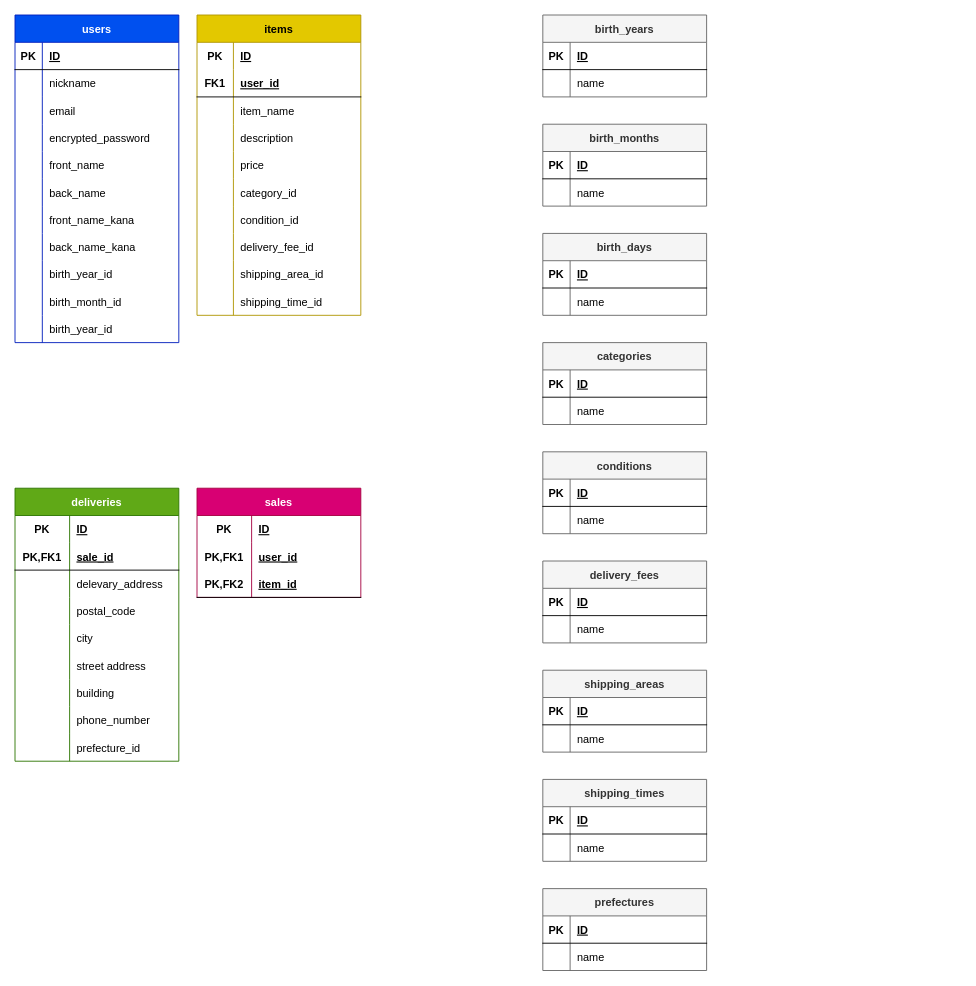
Earlier version of the draw.io diagram furima.dio (OtsukiMana-2003tech/furima-40808). Source tidied: cells renumbered, new cells numbered last; positions are measured from the earlier drawing's top-left corner, leaving out a move shared by most shapes. Both pictures are drawn from the tidied source at 91%, with x=0, y=0 at pixel (15, 15).
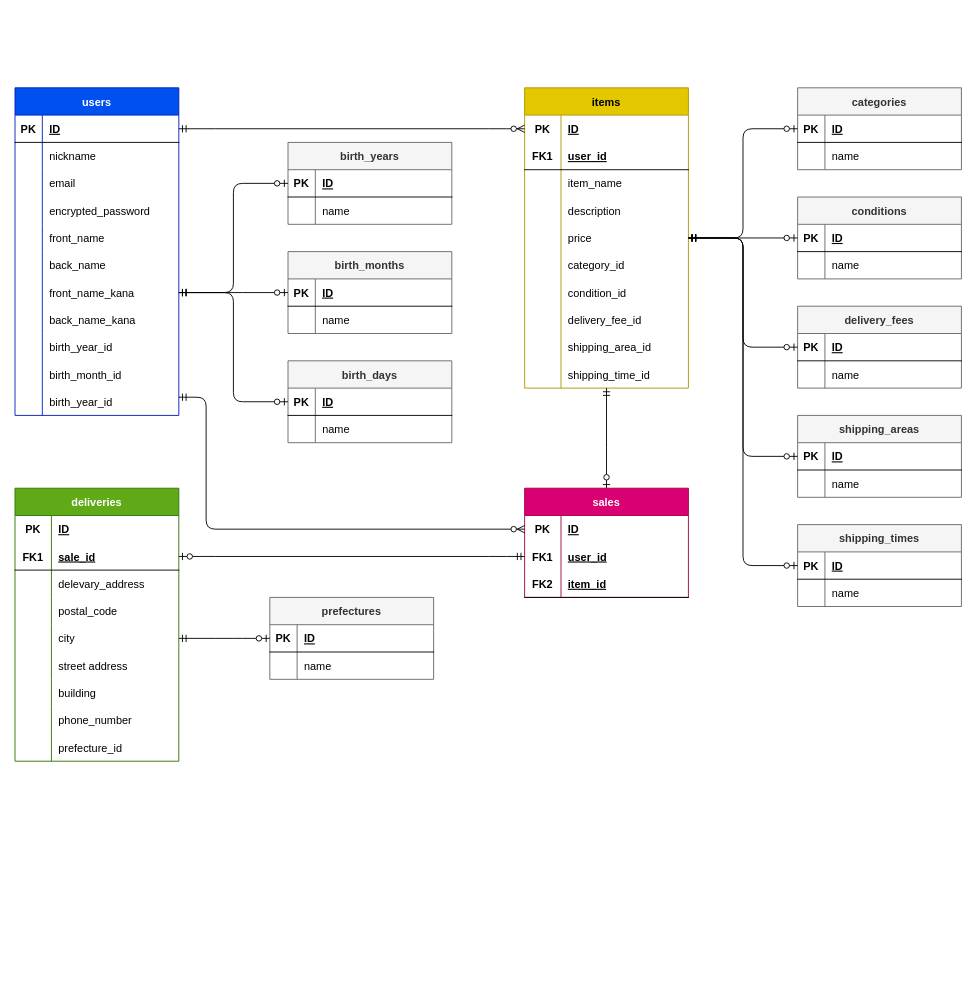
Above is the later version.

Commit message (it also covers changes not shown here):
Modifying the database design_20240603

The change refers to these unchanged cells:
```xml
<mxCell id="3" style="shape=tableRow;horizontal=0;startSize=0;swimlaneHead=0;swimlaneBody=0;fillColor=none;points=[[0,0.5],[1,0.5]];portConstraint=eastwest;top=0;left=0;right=0;bottom=1;" parent="2" vertex="1">
  <mxGeometry y="30" width="180" height="30" as="geometry" />
</mxCell>
<mxCell id="21" style="shape=tableRow;horizontal=0;startSize=0;swimlaneHead=0;swimlaneBody=0;fillColor=none;points=[[0,0.5],[1,0.5]];portConstraint=eastwest;top=0;left=0;right=0;bottom=0;" parent="2" vertex="1">
  <mxGeometry y="210" width="180" height="30" as="geometry" />
</mxCell>
<mxCell id="37" style="shape=tableRow;horizontal=0;startSize=0;swimlaneHead=0;swimlaneBody=0;fillColor=none;points=[[0,0.5],[1,0.5]];portConstraint=eastwest;top=0;left=0;right=0;bottom=0;" parent="36" vertex="1">
  <mxGeometry y="30" width="180" height="30" as="geometry" />
</mxCell>
<mxCell id="49" style="shape=tableRow;horizontal=0;startSize=0;swimlaneHead=0;swimlaneBody=0;fillColor=none;points=[[0,0.5],[1,0.5]];portConstraint=eastwest;top=0;left=0;right=0;bottom=0;" parent="36" vertex="1">
  <mxGeometry y="150" width="180" height="30" as="geometry" />
</mxCell>
<mxCell id="68" style="shape=tableRow;horizontal=0;startSize=0;swimlaneHead=0;swimlaneBody=0;fillColor=none;points=[[0,0.5],[1,0.5]];portConstraint=eastwest;top=0;left=0;right=0;bottom=0;" parent="67" vertex="1">
  <mxGeometry y="30" width="180" height="30" as="geometry" />
</mxCell>
<mxCell id="71" style="shape=tableRow;horizontal=0;startSize=0;swimlaneHead=0;swimlaneBody=0;fillColor=none;points=[[0,0.5],[1,0.5]];portConstraint=eastwest;top=0;left=0;right=0;bottom=0;" parent="67" vertex="1">
  <mxGeometry y="60" width="180" height="30" as="geometry" />
</mxCell>
<mxCell id="78" style="shape=tableRow;horizontal=0;startSize=0;swimlaneHead=0;swimlaneBody=0;fillColor=none;top=0;left=0;right=0;bottom=0;" parent="77" vertex="1">
  <mxGeometry y="30" width="180" height="30" as="geometry" />
</mxCell>
<mxCell id="81" style="shape=tableRow;horizontal=0;startSize=0;swimlaneHead=0;swimlaneBody=0;fillColor=none;points=[[0,0.5],[1,0.5]];portConstraint=eastwest;top=0;left=0;right=0;bottom=1;" parent="77" vertex="1">
  <mxGeometry y="60" width="180" height="30" as="geometry" />
</mxCell>
<mxCell id="84" style="shape=tableRow;horizontal=0;startSize=0;swimlaneHead=0;swimlaneBody=0;fillColor=none;top=0;left=0;right=0;bottom=0;" parent="77" vertex="1">
  <mxGeometry y="90" width="180" height="30" as="geometry" />
</mxCell>
<mxCell id="87" style="shape=tableRow;horizontal=0;startSize=0;swimlaneHead=0;swimlaneBody=0;fillColor=none;top=0;left=0;right=0;bottom=0;" parent="77" vertex="1">
  <mxGeometry y="120" width="180" height="30" as="geometry" />
</mxCell>
<mxCell id="90" style="shape=tableRow;horizontal=0;startSize=0;swimlaneHead=0;swimlaneBody=0;fillColor=none;points=[[0,0.5],[1,0.5]];portConstraint=eastwest;top=0;left=0;right=0;bottom=0;" parent="77" vertex="1">
  <mxGeometry y="150" width="180" height="30" as="geometry" />
</mxCell>
<mxCell id="93" style="shape=tableRow;horizontal=0;startSize=0;swimlaneHead=0;swimlaneBody=0;fillColor=none;top=0;left=0;right=0;bottom=0;" parent="77" vertex="1">
  <mxGeometry y="180" width="180" height="30" as="geometry" />
</mxCell>
<mxCell id="96" style="shape=tableRow;horizontal=0;startSize=0;swimlaneHead=0;swimlaneBody=0;fillColor=none;top=0;left=0;right=0;bottom=0;" parent="77" vertex="1">
  <mxGeometry y="210" width="180" height="30" as="geometry" />
</mxCell>
<mxCell id="99" style="shape=tableRow;horizontal=0;startSize=0;swimlaneHead=0;swimlaneBody=0;fillColor=none;top=0;left=0;right=0;bottom=0;" parent="77" vertex="1">
  <mxGeometry y="240" width="180" height="30" as="geometry" />
</mxCell>
<mxCell id="102" style="shape=tableRow;horizontal=0;startSize=0;swimlaneHead=0;swimlaneBody=0;fillColor=none;top=0;left=0;right=0;bottom=0;" parent="77" vertex="1">
  <mxGeometry y="270" width="180" height="30" as="geometry" />
</mxCell>
<mxCell id="106" style="shape=tableRow;horizontal=0;startSize=0;swimlaneHead=0;swimlaneBody=0;fillColor=none;points=[[0,0.5],[1,0.5]];portConstraint=eastwest;top=0;left=0;right=0;bottom=1;" parent="105" vertex="1">
  <mxGeometry y="30" width="180" height="30" as="geometry" />
</mxCell>
<mxCell id="113" style="shape=tableRow;horizontal=0;startSize=0;swimlaneHead=0;swimlaneBody=0;fillColor=none;points=[[0,0.5],[1,0.5]];portConstraint=eastwest;top=0;left=0;right=0;bottom=1;" parent="112" vertex="1">
  <mxGeometry y="30" width="180" height="30" as="geometry" />
</mxCell>
<mxCell id="120" style="shape=tableRow;horizontal=0;startSize=0;swimlaneHead=0;swimlaneBody=0;fillColor=none;points=[[0,0.5],[1,0.5]];portConstraint=eastwest;top=0;left=0;right=0;bottom=1;" parent="119" vertex="1">
  <mxGeometry y="30" width="180" height="30" as="geometry" />
</mxCell>
<mxCell id="127" style="shape=tableRow;horizontal=0;startSize=0;swimlaneHead=0;swimlaneBody=0;fillColor=none;points=[[0,0.5],[1,0.5]];portConstraint=eastwest;top=0;left=0;right=0;bottom=1;" parent="126" vertex="1">
  <mxGeometry y="30" width="180" height="30" as="geometry" />
</mxCell>
<mxCell id="134" style="shape=tableRow;horizontal=0;startSize=0;swimlaneHead=0;swimlaneBody=0;fillColor=none;points=[[0,0.5],[1,0.5]];portConstraint=eastwest;top=0;left=0;right=0;bottom=1;" parent="133" vertex="1">
  <mxGeometry y="30" width="180" height="30" as="geometry" />
</mxCell>
<mxCell id="141" style="shape=tableRow;horizontal=0;startSize=0;swimlaneHead=0;swimlaneBody=0;fillColor=none;points=[[0,0.5],[1,0.5]];portConstraint=eastwest;top=0;left=0;right=0;bottom=1;" parent="140" vertex="1">
  <mxGeometry y="30" width="180" height="30" as="geometry" />
</mxCell>
<mxCell id="148" style="shape=tableRow;horizontal=0;startSize=0;swimlaneHead=0;swimlaneBody=0;fillColor=none;points=[[0,0.5],[1,0.5]];portConstraint=eastwest;top=0;left=0;right=0;bottom=1;" parent="147" vertex="1">
  <mxGeometry y="30" width="180" height="30" as="geometry" />
</mxCell>
<mxCell id="155" style="shape=tableRow;horizontal=0;startSize=0;swimlaneHead=0;swimlaneBody=0;fillColor=none;points=[[0,0.5],[1,0.5]];portConstraint=eastwest;top=0;left=0;right=0;bottom=1;" parent="154" vertex="1">
  <mxGeometry y="30" width="180" height="30" as="geometry" />
</mxCell>
<mxCell id="162" style="shape=tableRow;horizontal=0;startSize=0;swimlaneHead=0;swimlaneBody=0;fillColor=none;points=[[0,0.5],[1,0.5]];portConstraint=eastwest;top=0;left=0;right=0;bottom=1;" parent="161" vertex="1">
  <mxGeometry y="30" width="180" height="30" as="geometry" />
</mxCell>
```

What changed in the source:
```diff
@@
     <mxCell id="2" value="users" style="shape=table;startSize=30;childLayout=tableLayout;rowLines=0;fontStyle=1;align=center;fillColor=#0050ef;fontColor=#ffffff;strokeColor=#001DBC;" parent="1" vertex="1">
-      <mxGeometry width="180" height="360" as="geometry" />
+      <mxGeometry y="80" width="180" height="360" as="geometry" />
     </mxCell>
@@
     <mxCell id="36" value="items" style="shape=table;startSize=30;childLayout=tableLayout;rowLines=0;fontStyle=1;align=center;fillColor=#e3c800;fontColor=#000000;strokeColor=#B09500;" parent="1" vertex="1">
-      <mxGeometry x="200" width="180" height="330" as="geometry" />
+      <mxGeometry x="560" y="80" width="180" height="330" as="geometry" />
     </mxCell>
@@
     <mxCell id="67" value="sales" style="shape=table;startSize=30;childLayout=tableLayout;rowLines=0;fontStyle=1;align=center;fillColor=#d80073;fontColor=#ffffff;strokeColor=#A50040;" parent="1" vertex="1">
-      <mxGeometry x="200" y="520" width="180" height="120" as="geometry" />
+      <mxGeometry x="560" y="520" width="180" height="120" as="geometry" />
     </mxCell>
@@
     <mxCell id="69" value="PK" style="shape=partialRectangle;fillColor=none;top=0;left=0;bottom=0;right=0;fontStyle=1;overflow=hidden;" parent="68" vertex="1">
-      <mxGeometry width="60" height="30" as="geometry" />
+      <mxGeometry width="40" height="30" as="geometry" />
     </mxCell>
     <mxCell id="70" value="ID" style="shape=partialRectangle;fillColor=none;top=0;left=0;bottom=0;right=0;align=left;spacingLeft=6;fontStyle=5;overflow=hidden;" parent="68" vertex="1">
-      <mxGeometry x="60" width="120" height="30" as="geometry" />
+      <mxGeometry x="40" width="140" height="30" as="geometry" />
     </mxCell>
@@
-    <mxCell id="72" value="PK,FK1" style="shape=partialRectangle;fillColor=none;top=0;left=0;bottom=0;right=0;fontStyle=1;overflow=hidden;" parent="71" vertex="1">
-      <mxGeometry width="60" height="30" as="geometry" />
+    <mxCell id="72" value="FK1" style="shape=partialRectangle;fillColor=none;top=0;left=0;bottom=0;right=0;fontStyle=1;overflow=hidden;" parent="71" vertex="1">
+      <mxGeometry width="40" height="30" as="geometry" />
     </mxCell>
     <mxCell id="73" value="user_id" style="shape=partialRectangle;fillColor=none;top=0;left=0;bottom=0;right=0;align=left;spacingLeft=6;fontStyle=5;overflow=hidden;" parent="71" vertex="1">
-      <mxGeometry x="60" width="120" height="30" as="geometry" />
+      <mxGeometry x="40" width="140" height="30" as="geometry" />
     </mxCell>
-    <mxCell id="74" style="shape=tableRow;horizontal=0;startSize=0;swimlaneHead=0;swimlaneBody=0;fillColor=none;top=0;left=0;right=0;bottom=1;" parent="67" vertex="1">
+    <mxCell id="74" style="shape=tableRow;horizontal=0;startSize=0;swimlaneHead=0;swimlaneBody=0;fillColor=none;top=0;left=0;right=0;bottom=1;swimlaneFillColor=none;" parent="67" vertex="1">
       <mxGeometry y="90" width="180" height="30" as="geometry" />
     </mxCell>
-    <mxCell id="75" value="PK,FK2" style="shape=partialRectangle;fillColor=none;top=0;left=0;bottom=0;right=0;fontStyle=1;overflow=hidden;" parent="74" vertex="1">
-      <mxGeometry width="60" height="30" as="geometry" />
+    <mxCell id="75" value="FK2" style="shape=partialRectangle;fillColor=none;top=0;left=0;bottom=0;right=0;fontStyle=1;overflow=hidden;" parent="74" vertex="1">
+      <mxGeometry width="40" height="30" as="geometry" />
     </mxCell>
     <mxCell id="76" value="item_id" style="shape=partialRectangle;fillColor=none;top=0;left=0;bottom=0;right=0;align=left;spacingLeft=6;fontStyle=5;overflow=hidden;" parent="74" vertex="1">
-      <mxGeometry x="60" width="120" height="30" as="geometry" />
+      <mxGeometry x="40" width="140" height="30" as="geometry" />
     </mxCell>
@@
     <mxCell id="79" value="PK" style="shape=partialRectangle;fillColor=none;top=0;left=0;bottom=0;right=0;fontStyle=1;overflow=hidden;" parent="78" vertex="1">
-      <mxGeometry width="60" height="30" as="geometry" />
+      <mxGeometry width="40" height="30" as="geometry" />
     </mxCell>
     <mxCell id="80" value="ID" style="shape=partialRectangle;fillColor=none;top=0;left=0;bottom=0;right=0;align=left;spacingLeft=6;fontStyle=5;overflow=hidden;" parent="78" vertex="1">
-      <mxGeometry x="60" width="120" height="30" as="geometry" />
+      <mxGeometry x="40" width="140" height="30" as="geometry" />
     </mxCell>
@@
-    <mxCell id="82" value="PK,FK1" style="shape=partialRectangle;fillColor=none;top=0;left=0;bottom=0;right=0;fontStyle=1;overflow=hidden;" parent="81" vertex="1">
-      <mxGeometry width="60" height="30" as="geometry" />
+    <mxCell id="82" value="FK1" style="shape=partialRectangle;fillColor=none;top=0;left=0;bottom=0;right=0;fontStyle=1;overflow=hidden;" parent="81" vertex="1">
+      <mxGeometry width="40" height="30" as="geometry" />
     </mxCell>
     <mxCell id="83" value="sale_id" style="shape=partialRectangle;fillColor=none;top=0;left=0;bottom=0;right=0;align=left;spacingLeft=6;fontStyle=5;overflow=hidden;" parent="81" vertex="1">
-      <mxGeometry x="60" width="120" height="30" as="geometry" />
+      <mxGeometry x="40" width="140" height="30" as="geometry" />
     </mxCell>
@@
     <mxCell id="85" style="shape=partialRectangle;fillColor=none;top=0;left=0;bottom=0;right=0;overflow=hidden;" parent="84" vertex="1">
-      <mxGeometry width="60" height="30" as="geometry" />
+      <mxGeometry width="40" height="30" as="geometry" />
     </mxCell>
     <mxCell id="86" value="delevary_address" style="shape=partialRectangle;fillColor=none;top=0;left=0;bottom=0;right=0;align=left;spacingLeft=6;overflow=hidden;" parent="84" vertex="1">
-      <mxGeometry x="60" width="120" height="30" as="geometry" />
+      <mxGeometry x="40" width="140" height="30" as="geometry" />
     </mxCell>
@@
     <mxCell id="88" style="shape=partialRectangle;fillColor=none;top=0;left=0;bottom=0;right=0;overflow=hidden;" parent="87" vertex="1">
-      <mxGeometry width="60" height="30" as="geometry" />
+      <mxGeometry width="40" height="30" as="geometry" />
     </mxCell>
     <mxCell id="89" value="postal_code" style="shape=partialRectangle;fillColor=none;top=0;left=0;bottom=0;right=0;align=left;spacingLeft=6;overflow=hidden;" parent="87" vertex="1">
-      <mxGeometry x="60" width="120" height="30" as="geometry" />
+      <mxGeometry x="40" width="140" height="30" as="geometry" />
     </mxCell>
@@
     <mxCell id="91" style="shape=partialRectangle;fillColor=none;top=0;left=0;bottom=0;right=0;overflow=hidden;" parent="90" vertex="1">
-      <mxGeometry width="60" height="30" as="geometry" />
+      <mxGeometry width="40" height="30" as="geometry" />
     </mxCell>
     <mxCell id="92" value="city" style="shape=partialRectangle;fillColor=none;top=0;left=0;bottom=0;right=0;align=left;spacingLeft=6;overflow=hidden;" parent="90" vertex="1">
-      <mxGeometry x="60" width="120" height="30" as="geometry" />
+      <mxGeometry x="40" width="140" height="30" as="geometry" />
     </mxCell>
@@
     <mxCell id="94" style="shape=partialRectangle;fillColor=none;top=0;left=0;bottom=0;right=0;overflow=hidden;" parent="93" vertex="1">
-      <mxGeometry width="60" height="30" as="geometry" />
+      <mxGeometry width="40" height="30" as="geometry" />
     </mxCell>
     <mxCell id="95" value="street address" style="shape=partialRectangle;fillColor=none;top=0;left=0;bottom=0;right=0;align=left;spacingLeft=6;overflow=hidden;" parent="93" vertex="1">
-      <mxGeometry x="60" width="120" height="30" as="geometry" />
+      <mxGeometry x="40" width="140" height="30" as="geometry" />
     </mxCell>
@@
     <mxCell id="97" style="shape=partialRectangle;fillColor=none;top=0;left=0;bottom=0;right=0;overflow=hidden;" parent="96" vertex="1">
-      <mxGeometry width="60" height="30" as="geometry" />
+      <mxGeometry width="40" height="30" as="geometry" />
     </mxCell>
     <mxCell id="98" value="building" style="shape=partialRectangle;fillColor=none;top=0;left=0;bottom=0;right=0;align=left;spacingLeft=6;overflow=hidden;" parent="96" vertex="1">
-      <mxGeometry x="60" width="120" height="30" as="geometry" />
+      <mxGeometry x="40" width="140" height="30" as="geometry" />
     </mxCell>
@@
     <mxCell id="100" style="shape=partialRectangle;fillColor=none;top=0;left=0;bottom=0;right=0;overflow=hidden;" parent="99" vertex="1">
-      <mxGeometry width="60" height="30" as="geometry" />
+      <mxGeometry width="40" height="30" as="geometry" />
     </mxCell>
     <mxCell id="101" value="phone_number" style="shape=partialRectangle;fillColor=none;top=0;left=0;bottom=0;right=0;align=left;spacingLeft=6;overflow=hidden;" parent="99" vertex="1">
-      <mxGeometry x="60" width="120" height="30" as="geometry" />
+      <mxGeometry x="40" width="140" height="30" as="geometry" />
     </mxCell>
@@
     <mxCell id="103" style="shape=partialRectangle;fillColor=none;top=0;left=0;bottom=0;right=0;overflow=hidden;" parent="102" vertex="1">
-      <mxGeometry width="60" height="30" as="geometry" />
+      <mxGeometry width="40" height="30" as="geometry" />
     </mxCell>
     <mxCell id="104" value="prefecture_id" style="shape=partialRectangle;fillColor=none;top=0;left=0;bottom=0;right=0;align=left;spacingLeft=6;overflow=hidden;" parent="102" vertex="1">
-      <mxGeometry x="60" width="120" height="30" as="geometry" />
+      <mxGeometry x="40" width="140" height="30" as="geometry" />
     </mxCell>
     <mxCell id="105" value="birth_years" style="shape=table;startSize=30;childLayout=tableLayout;rowLines=0;fontStyle=1;align=center;fillColor=#f5f5f5;strokeColor=#666666;fontColor=#333333;" parent="1" vertex="1">
-      <mxGeometry x="580" width="180" height="90" as="geometry" />
+      <mxGeometry x="300" y="140" width="180" height="90" as="geometry" />
     </mxCell>
@@
     <mxCell id="112" value="birth_months" style="shape=table;startSize=30;childLayout=tableLayout;rowLines=0;fontStyle=1;align=center;fillColor=#f5f5f5;strokeColor=#666666;fontColor=#333333;" parent="1" vertex="1">
-      <mxGeometry x="580" y="120" width="180" height="90" as="geometry" />
+      <mxGeometry x="300" y="260" width="180" height="90" as="geometry" />
     </mxCell>
@@
     <mxCell id="119" value="birth_days" style="shape=table;startSize=30;childLayout=tableLayout;rowLines=0;fontStyle=1;align=center;fillColor=#f5f5f5;strokeColor=#666666;fontColor=#333333;" parent="1" vertex="1">
-      <mxGeometry x="580" y="240" width="180" height="90" as="geometry" />
+      <mxGeometry x="300" y="380" width="180" height="90" as="geometry" />
     </mxCell>
@@
     <mxCell id="126" value="categories" style="shape=table;startSize=30;childLayout=tableLayout;rowLines=0;fontStyle=1;align=center;fillColor=#f5f5f5;strokeColor=#666666;fontColor=#333333;" parent="1" vertex="1">
-      <mxGeometry x="580" y="360" width="180" height="90" as="geometry" />
+      <mxGeometry x="860" y="80" width="180" height="90" as="geometry" />
     </mxCell>
@@
     <mxCell id="133" value="conditions" style="shape=table;startSize=30;childLayout=tableLayout;rowLines=0;fontStyle=1;align=center;fillColor=#f5f5f5;strokeColor=#666666;fontColor=#333333;" parent="1" vertex="1">
-      <mxGeometry x="580" y="480" width="180" height="90" as="geometry" />
+      <mxGeometry x="860" y="200" width="180" height="90" as="geometry" />
     </mxCell>
@@
     <mxCell id="140" value="delivery_fees" style="shape=table;startSize=30;childLayout=tableLayout;rowLines=0;fontStyle=1;align=center;fillColor=#f5f5f5;strokeColor=#666666;fontColor=#333333;" parent="1" vertex="1">
-      <mxGeometry x="580" y="600" width="180" height="90" as="geometry" />
+      <mxGeometry x="860" y="320" width="180" height="90" as="geometry" />
     </mxCell>
@@
     <mxCell id="147" value="shipping_areas" style="shape=table;startSize=30;childLayout=tableLayout;rowLines=0;fontStyle=1;align=center;fillColor=#f5f5f5;strokeColor=#666666;fontColor=#333333;" parent="1" vertex="1">
-      <mxGeometry x="580" y="720" width="180" height="90" as="geometry" />
+      <mxGeometry x="860" y="440" width="180" height="90" as="geometry" />
     </mxCell>
@@
     <mxCell id="154" value="shipping_times" style="shape=table;startSize=30;childLayout=tableLayout;rowLines=0;fontStyle=1;align=center;fillColor=#f5f5f5;strokeColor=#666666;fontColor=#333333;" parent="1" vertex="1">
-      <mxGeometry x="580" y="840" width="180" height="90" as="geometry" />
+      <mxGeometry x="860" y="560" width="180" height="90" as="geometry" />
     </mxCell>
@@
     <mxCell id="161" value="prefectures" style="shape=table;startSize=30;childLayout=tableLayout;rowLines=0;fontStyle=1;align=center;fillColor=#f5f5f5;strokeColor=#666666;fontColor=#333333;" parent="1" vertex="1">
-      <mxGeometry x="580" y="960" width="180" height="90" as="geometry" />
+      <mxGeometry x="280" y="640" width="180" height="90" as="geometry" />
     </mxCell>
@@
+    <mxCell id="168" style="edgeStyle=entityRelationEdgeStyle;fontSize=12;html=1;endArrow=ERzeroToMany;startArrow=ERmandOne;entryX=0;entryY=0.5;entryDx=0;entryDy=0;exitX=1;exitY=0.5;exitDx=0;exitDy=0;" parent="1" edge="1" source="3" target="37">
+      <mxGeometry relative="1" as="geometry" />
+    </mxCell>
+    <mxCell id="169" style="edgeStyle=elbowEdgeStyle;fontSize=12;html=1;endArrow=ERzeroToOne;startArrow=ERmandOne;entryX=0;entryY=0.5;entryDx=0;entryDy=0;exitX=1;exitY=0.5;exitDx=0;exitDy=0;" parent="1" edge="1" source="21" target="106">
+      <mxGeometry relative="1" as="geometry" />
+    </mxCell>
+    <mxCell id="170" style="edgeStyle=elbowEdgeStyle;fontSize=12;html=1;endArrow=ERzeroToOne;startArrow=ERmandOne;entryX=0;entryY=0.5;entryDx=0;entryDy=0;exitX=1;exitY=0.5;exitDx=0;exitDy=0;" parent="1" edge="1" source="21" target="113">
+      <mxGeometry relative="1" as="geometry">
+        <Array as="points">
+          <mxPoint x="240" y="310" />
+        </Array>
+      </mxGeometry>
+    </mxCell>
+    <mxCell id="171" style="edgeStyle=elbowEdgeStyle;fontSize=12;html=1;endArrow=ERzeroToOne;startArrow=ERmandOne;entryX=0;entryY=0.5;entryDx=0;entryDy=0;exitX=1;exitY=0.5;exitDx=0;exitDy=0;" parent="1" edge="1" source="21" target="120">
+      <mxGeometry relative="1" as="geometry" />
+    </mxCell>
+    <mxCell id="172" style="edgeStyle=elbowEdgeStyle;fontSize=12;html=1;endArrow=ERzeroToOne;startArrow=ERmandOne;entryX=0;entryY=0.5;entryDx=0;entryDy=0;" parent="1" edge="1" target="127">
+      <mxGeometry relative="1" as="geometry">
+        <mxPoint x="740" y="245" as="sourcePoint" />
+      </mxGeometry>
+    </mxCell>
+    <mxCell id="173" style="edgeStyle=elbowEdgeStyle;fontSize=12;html=1;endArrow=ERzeroToOne;startArrow=ERmandOne;entryX=0;entryY=0.5;entryDx=0;entryDy=0;exitX=1;exitY=0.5;exitDx=0;exitDy=0;" parent="1" edge="1" source="49" target="134">
+      <mxGeometry relative="1" as="geometry" />
+    </mxCell>
+    <mxCell id="174" style="edgeStyle=elbowEdgeStyle;fontSize=12;html=1;endArrow=ERzeroToOne;startArrow=ERmandOne;exitX=1;exitY=0.5;exitDx=0;exitDy=0;entryX=0;entryY=0.5;entryDx=0;entryDy=0;" parent="1" edge="1" source="49" target="141">
+      <mxGeometry relative="1" as="geometry" />
+    </mxCell>
+    <mxCell id="175" style="edgeStyle=elbowEdgeStyle;fontSize=12;html=1;endArrow=ERzeroToOne;startArrow=ERmandOne;exitX=1;exitY=0.5;exitDx=0;exitDy=0;entryX=0;entryY=0.5;entryDx=0;entryDy=0;" parent="1" edge="1" source="49" target="148">
+      <mxGeometry relative="1" as="geometry" />
+    </mxCell>
+    <mxCell id="176" style="edgeStyle=elbowEdgeStyle;fontSize=12;html=1;endArrow=ERzeroToOne;startArrow=ERmandOne;exitX=1;exitY=0.5;exitDx=0;exitDy=0;entryX=0;entryY=0.5;entryDx=0;entryDy=0;" parent="1" edge="1" source="49" target="155">
+      <mxGeometry relative="1" as="geometry" />
+    </mxCell>
+    <mxCell id="177" style="edgeStyle=elbowEdgeStyle;fontSize=12;html=1;endArrow=ERzeroToMany;startArrow=ERmandOne;entryX=0;entryY=0.5;entryDx=0;entryDy=0;" parent="1" edge="1" target="68">
+      <mxGeometry relative="1" as="geometry">
+        <mxPoint x="180" y="420" as="sourcePoint" />
+        <Array as="points">
+          <mxPoint x="210" y="490" />
+        </Array>
+      </mxGeometry>
+    </mxCell>
+    <mxCell id="178" style="edgeStyle=entityRelationEdgeStyle;fontSize=12;html=1;endArrow=ERzeroToOne;startArrow=ERmandOne;entryX=1;entryY=0.5;entryDx=0;entryDy=0;exitX=0;exitY=0.5;exitDx=0;exitDy=0;" parent="1" edge="1" source="71" target="81">
+      <mxGeometry relative="1" as="geometry" />
+    </mxCell>
+    <mxCell id="179" style="edgeStyle=entityRelationEdgeStyle;fontSize=12;html=1;endArrow=ERzeroToOne;startArrow=ERmandOne;entryX=0;entryY=0.5;entryDx=0;entryDy=0;exitX=1;exitY=0.5;exitDx=0;exitDy=0;" parent="1" edge="1" source="90" target="162">
+      <mxGeometry relative="1" as="geometry" />
+    </mxCell>
+    <mxCell id="180" style="edgeStyle=elbowEdgeStyle;fontSize=12;html=1;endArrow=ERzeroToOne;startArrow=ERmandOne;elbow=vertical;entryX=0.5;entryY=0;entryDx=0;entryDy=0;" parent="1" edge="1" target="67">
+      <mxGeometry relative="1" as="geometry">
+        <mxPoint x="650" y="410" as="sourcePoint" />
+      </mxGeometry>
+    </mxCell>
```
